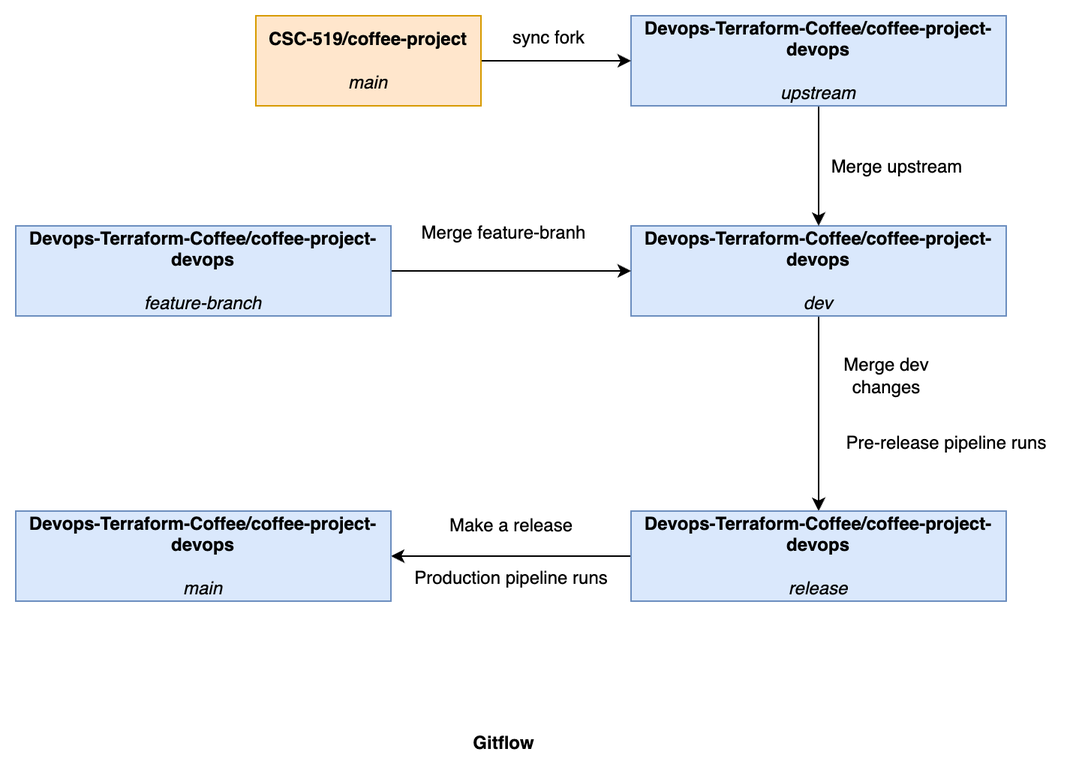
Before: images/gitflow.png, a diagram exported from draw.io (jayrajmulani/terraform-gcp-ci-cd). Source tidied: cells renumbered, new cells last; positions are measured from the earlier drawing's top-left corner, leaving out a move shared by most shapes. The source it was exported from:
```xml
<mxGraphModel>
  <root>
    <mxCell id="0" />
    <mxCell id="1" parent="0" />
    <mxCell id="2" style="edgeStyle=orthogonalEdgeStyle;rounded=0;jettySize=auto;html=1;exitX=0.5;exitY=1;exitDx=0;exitDy=0;entryX=0.5;entryY=0;entryDx=0;entryDy=0;" parent="1" edge="1" source="3" target="10">
      <mxGeometry relative="1" as="geometry" />
    </mxCell>
    <mxCell id="3" value="&lt;b&gt;Devops-Terraform-Coffee/coffee-project-devops&lt;/b&gt;&lt;br&gt;&lt;br&gt;&lt;i&gt;dev&lt;/i&gt;" style="rounded=0;whiteSpace=wrap;html=1;direction=east;fillColor=#dae8fc;strokeColor=#6c8ebf;" parent="1" vertex="1">
      <mxGeometry x="410" y="140" width="250" height="60" as="geometry" />
    </mxCell>
    <mxCell id="4" value="Merge feature-branh" style="text;html=1;align=center;verticalAlign=middle;strokeColor=none;fillColor=none;" parent="1" vertex="1">
      <mxGeometry x="260" y="130" width="130" height="30" as="geometry" />
    </mxCell>
    <mxCell id="5" style="edgeStyle=orthogonalEdgeStyle;rounded=0;jettySize=auto;html=1;exitX=1;exitY=0.5;exitDx=0;exitDy=0;entryX=0;entryY=0.5;entryDx=0;entryDy=0;" parent="1" edge="1" source="6" target="3">
      <mxGeometry relative="1" as="geometry" />
    </mxCell>
    <mxCell id="6" value="&lt;b&gt;Devops-Terraform-Coffee/coffee-project-devops&lt;/b&gt;&lt;br&gt;&lt;br&gt;&lt;i&gt;feature-branch&lt;/i&gt;" style="rounded=0;whiteSpace=wrap;html=1;direction=east;fillColor=#dae8fc;strokeColor=#6c8ebf;" parent="1" vertex="1">
      <mxGeometry y="140" width="250" height="60" as="geometry" />
    </mxCell>
    <mxCell id="7" value="Merge dev&lt;br&gt;changes" style="text;html=1;align=center;verticalAlign=middle;strokeColor=none;fillColor=none;" parent="1" vertex="1">
      <mxGeometry x="540" y="220" width="80" height="40" as="geometry" />
    </mxCell>
    <mxCell id="8" value="Pre-release pipeline runs" style="text;html=1;align=center;verticalAlign=middle;strokeColor=none;fillColor=none;" parent="1" vertex="1">
      <mxGeometry x="540" y="270" width="160" height="30" as="geometry" />
    </mxCell>
    <mxCell id="9" style="edgeStyle=orthogonalEdgeStyle;rounded=0;jettySize=auto;html=1;exitX=0;exitY=0.5;exitDx=0;exitDy=0;entryX=1;entryY=0.5;entryDx=0;entryDy=0;" parent="1" edge="1" source="10" target="11">
      <mxGeometry relative="1" as="geometry" />
    </mxCell>
    <mxCell id="10" value="&lt;b&gt;Devops-Terraform-Coffee/coffee-project-devops&lt;/b&gt;&lt;br&gt;&lt;br&gt;&lt;i&gt;release&lt;/i&gt;" style="rounded=0;whiteSpace=wrap;html=1;direction=east;fillColor=#dae8fc;strokeColor=#6c8ebf;" parent="1" vertex="1">
      <mxGeometry x="410" y="330" width="250" height="60" as="geometry" />
    </mxCell>
    <mxCell id="11" value="&lt;b&gt;Devops-Terraform-Coffee/coffee-project-devops&lt;/b&gt;&lt;br&gt;&lt;br&gt;&lt;i&gt;main&lt;/i&gt;" style="rounded=0;whiteSpace=wrap;html=1;direction=east;fillColor=#dae8fc;strokeColor=#6c8ebf;" parent="1" vertex="1">
      <mxGeometry y="330" width="250" height="60" as="geometry" />
    </mxCell>
    <mxCell id="12" value="Make a release" style="text;html=1;align=center;verticalAlign=middle;strokeColor=none;fillColor=none;" parent="1" vertex="1">
      <mxGeometry x="275" y="325" width="110" height="30" as="geometry" />
    </mxCell>
    <mxCell id="13" value="Production pipeline runs" style="text;html=1;align=center;verticalAlign=middle;strokeColor=none;fillColor=none;" parent="1" vertex="1">
      <mxGeometry x="255" y="360" width="150" height="30" as="geometry" />
    </mxCell>
    <mxCell id="14" style="edgeStyle=orthogonalEdgeStyle;rounded=0;jettySize=auto;html=1;" parent="1" edge="1" source="15" target="3">
      <mxGeometry relative="1" as="geometry" />
    </mxCell>
    <mxCell id="15" value="&lt;b&gt;Devops-Terraform-Coffee/coffee-project-devops&lt;/b&gt;&lt;br&gt;&lt;br&gt;&lt;i&gt;upstream&lt;/i&gt;" style="rounded=0;whiteSpace=wrap;html=1;direction=east;fillColor=#dae8fc;strokeColor=#6c8ebf;" parent="1" vertex="1">
      <mxGeometry x="410" width="250" height="60" as="geometry" />
    </mxCell>
    <mxCell id="16" style="edgeStyle=orthogonalEdgeStyle;rounded=0;jettySize=auto;html=1;" parent="1" edge="1" source="17" target="15">
      <mxGeometry relative="1" as="geometry" />
    </mxCell>
    <mxCell id="17" value="&lt;b&gt;CSC-519/coffee-project&lt;/b&gt;&lt;br&gt;&lt;br&gt;&lt;i&gt;main&lt;/i&gt;" style="rounded=0;whiteSpace=wrap;html=1;direction=east;fillColor=#ffe6cc;strokeColor=#d79b00;" parent="1" vertex="1">
      <mxGeometry x="160" width="150" height="60" as="geometry" />
    </mxCell>
    <mxCell id="18" value="Merge upstream" style="text;html=1;align=center;verticalAlign=middle;strokeColor=none;fillColor=none;" parent="1" vertex="1">
      <mxGeometry x="532" y="86" width="110" height="30" as="geometry" />
    </mxCell>
    <mxCell id="19" value="sync fork" style="text;html=1;align=center;verticalAlign=middle;strokeColor=none;fillColor=none;" parent="1" vertex="1">
      <mxGeometry x="320" width="70" height="30" as="geometry" />
    </mxCell>
    <mxCell id="20" value="&lt;b&gt;Gitflow&lt;/b&gt;" style="text;html=1;align=center;verticalAlign=middle;strokeColor=none;fillColor=none;" parent="1" vertex="1">
      <mxGeometry x="295" y="470" width="60" height="30" as="geometry" />
    </mxCell>
  </root>
</mxGraphModel>
```
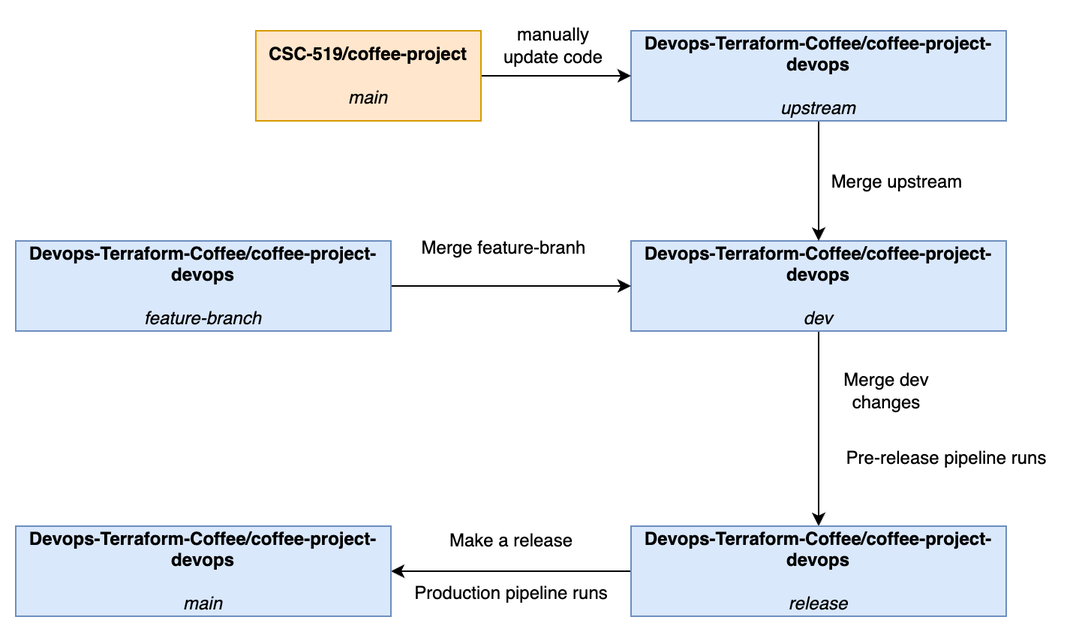
After the change.

Commit message:
Update gitflow diagram

What changed in the source:
```diff
@@ -53,11 +53,8 @@
     <mxCell id="18" value="Merge upstream" style="text;html=1;align=center;verticalAlign=middle;strokeColor=none;fillColor=none;" parent="1" vertex="1">
       <mxGeometry x="532" y="86" width="110" height="30" as="geometry" />
     </mxCell>
-    <mxCell id="19" value="sync fork" style="text;html=1;align=center;verticalAlign=middle;strokeColor=none;fillColor=none;" parent="1" vertex="1">
-      <mxGeometry x="320" width="70" height="30" as="geometry" />
+    <mxCell id="19" value="manually &lt;br&gt;update code" style="text;html=1;align=center;verticalAlign=middle;strokeColor=none;fillColor=none;" parent="1" vertex="1">
+      <mxGeometry x="316" y="-10" width="84" height="41" as="geometry" />
     </mxCell>
-    <mxCell id="20" value="&lt;b&gt;Gitflow&lt;/b&gt;" style="text;html=1;align=center;verticalAlign=middle;strokeColor=none;fillColor=none;" parent="1" vertex="1">
-      <mxGeometry x="295" y="470" width="60" height="30" as="geometry" />
-    </mxCell>
   </root>
 </mxGraphModel>
```
